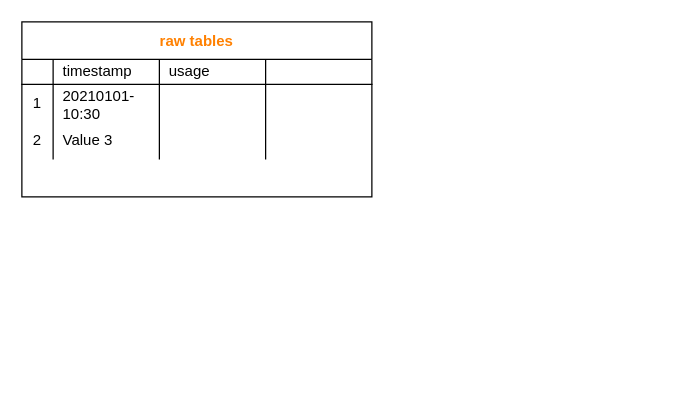
DannyDannyDanny/methodology keeps this draw.io diagram as page "Table Examples" (4 of 4) of diagrams.drawio. Above is the earlier version. Source tidied: cells renumbered, new cells numbered last; positions are measured from the earlier drawing's top-left corner, leaving out a move shared by most shapes. Both pictures are drawn from the tidied source at 125%, with x=0, y=0 at pixel (21, 21).
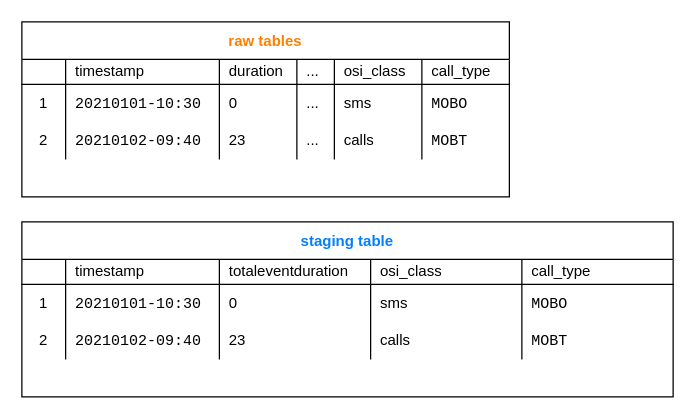
Above is the later version.

Diff of the diagram source:
```diff
@@
     <mxCell id="2" value="raw tables" style="shape=table;startSize=30;childLayout=tableLayout;rowLines=0;fontStyle=1;align=center;shadow=0;strokeWidth=1;fillColor=none;gradientColor=none;fontColor=#FF8000;" parent="1" vertex="1">
-      <mxGeometry width="280" height="140" as="geometry" />
+      <mxGeometry width="390" height="140" as="geometry" />
     </mxCell>
     <mxCell id="3" style="shape=partialRectangle;html=1;whiteSpace=wrap;fillColor=none;top=0;left=0;bottom=1;right=0;" parent="2" vertex="1">
-      <mxGeometry y="30" width="280" height="20" as="geometry" />
+      <mxGeometry y="30" width="390" height="20" as="geometry" />
     </mxCell>
     <mxCell id="4" style="shape=partialRectangle;html=1;whiteSpace=wrap;fillColor=none;top=0;left=0;bottom=0;right=0;overflow=hidden;" parent="3" vertex="1">
-      <mxGeometry width="25" height="20" as="geometry" />
+      <mxGeometry width="35" height="20" as="geometry" />
     </mxCell>
     <mxCell id="5" value="timestamp" style="shape=partialRectangle;html=1;whiteSpace=wrap;fillColor=none;top=0;left=0;bottom=0;right=0;align=left;spacingLeft=6;overflow=hidden;" parent="3" vertex="1">
-      <mxGeometry x="25" width="85" height="20" as="geometry" />
+      <mxGeometry x="35" width="123" height="20" as="geometry" />
     </mxCell>
-    <mxCell id="6" value="usage" style="shape=partialRectangle;html=1;whiteSpace=wrap;fillColor=none;top=0;left=0;bottom=0;right=0;align=left;spacingLeft=6;overflow=hidden;" parent="3" vertex="1">
-      <mxGeometry x="110" width="85" height="20" as="geometry" />
+    <mxCell id="6" value="duration" style="shape=partialRectangle;html=1;whiteSpace=wrap;fillColor=none;top=0;left=0;bottom=0;right=0;align=left;spacingLeft=6;overflow=hidden;" parent="3" vertex="1">
+      <mxGeometry x="158" width="62" height="20" as="geometry" />
     </mxCell>
+    <mxCell id="18" value="..." style="shape=partialRectangle;html=1;whiteSpace=wrap;fillColor=none;top=0;left=0;bottom=0;right=0;align=left;spacingLeft=6;overflow=hidden;" parent="3" vertex="1">
+      <mxGeometry x="220" width="30" height="20" as="geometry" />
+    </mxCell>
-    <mxCell id="7" style="shape=partialRectangle;html=1;whiteSpace=wrap;fillColor=none;top=0;left=0;bottom=0;right=0;align=left;spacingLeft=6;overflow=hidden;" parent="3" vertex="1">
-      <mxGeometry x="195" width="85" height="20" as="geometry" />
+    <mxCell id="7" value="osi_class" style="shape=partialRectangle;html=1;whiteSpace=wrap;fillColor=none;top=0;left=0;bottom=0;right=0;align=left;spacingLeft=6;overflow=hidden;" parent="3" vertex="1">
+      <mxGeometry x="250" width="70" height="20" as="geometry" />
     </mxCell>
+    <mxCell id="19" value="call_type" style="shape=partialRectangle;html=1;whiteSpace=wrap;fillColor=none;top=0;left=0;bottom=0;right=0;align=left;spacingLeft=6;overflow=hidden;" parent="3" vertex="1">
+      <mxGeometry x="320" width="70" height="20" as="geometry" />
+    </mxCell>
     <mxCell id="8" style="shape=partialRectangle;html=1;whiteSpace=wrap;fillColor=none;top=0;left=0;bottom=0;right=0;" parent="2" vertex="1">
-      <mxGeometry y="50" width="280" height="30" as="geometry" />
+      <mxGeometry y="50" width="390" height="30" as="geometry" />
     </mxCell>
     <mxCell id="9" value="1" style="shape=partialRectangle;html=1;whiteSpace=wrap;fillColor=none;top=0;left=0;bottom=0;right=0;overflow=hidden;" parent="8" vertex="1">
-      <mxGeometry width="25" height="30" as="geometry" />
+      <mxGeometry width="35" height="30" as="geometry" />
     </mxCell>
-    <mxCell id="10" value="20210101-10:30" style="shape=partialRectangle;html=1;whiteSpace=wrap;fillColor=none;top=0;left=0;bottom=0;right=0;align=left;spacingLeft=6;overflow=hidden;" parent="8" vertex="1">
-      <mxGeometry x="25" width="85" height="30" as="geometry" />
+    <mxCell id="10" value="&lt;font face=&quot;Courier New&quot;&gt;20210101-10:30&lt;/font&gt;" style="shape=partialRectangle;html=1;whiteSpace=wrap;fillColor=none;top=0;left=0;bottom=0;right=0;align=left;spacingLeft=6;overflow=hidden;" parent="8" vertex="1">
+      <mxGeometry x="35" width="123" height="30" as="geometry" />
     </mxCell>
-    <mxCell id="11" style="shape=partialRectangle;html=1;whiteSpace=wrap;fillColor=none;top=0;left=0;bottom=0;right=0;align=left;spacingLeft=6;overflow=hidden;" parent="8" vertex="1">
-      <mxGeometry x="110" width="85" height="30" as="geometry" />
+    <mxCell id="11" value="0" style="shape=partialRectangle;html=1;whiteSpace=wrap;fillColor=none;top=0;left=0;bottom=0;right=0;align=left;spacingLeft=6;overflow=hidden;" parent="8" vertex="1">
+      <mxGeometry x="158" width="62" height="30" as="geometry" />
     </mxCell>
+    <mxCell id="20" value="..." style="shape=partialRectangle;html=1;whiteSpace=wrap;fillColor=none;top=0;left=0;bottom=0;right=0;align=left;spacingLeft=6;overflow=hidden;" parent="8" vertex="1">
+      <mxGeometry x="220" width="30" height="30" as="geometry" />
+    </mxCell>
-    <mxCell id="12" style="shape=partialRectangle;html=1;whiteSpace=wrap;fillColor=none;top=0;left=0;bottom=0;right=0;align=left;spacingLeft=6;overflow=hidden;" parent="8" vertex="1">
-      <mxGeometry x="195" width="85" height="30" as="geometry" />
+    <mxCell id="12" value="sms" style="shape=partialRectangle;html=1;whiteSpace=wrap;fillColor=none;top=0;left=0;bottom=0;right=0;align=left;spacingLeft=6;overflow=hidden;" parent="8" vertex="1">
+      <mxGeometry x="250" width="70" height="30" as="geometry" />
     </mxCell>
+    <mxCell id="21" value="&lt;font face=&quot;Courier New&quot;&gt;MOBO&lt;/font&gt;" style="shape=partialRectangle;html=1;whiteSpace=wrap;fillColor=none;top=0;left=0;bottom=0;right=0;align=left;spacingLeft=6;overflow=hidden;" parent="8" vertex="1">
+      <mxGeometry x="320" width="70" height="30" as="geometry" />
+    </mxCell>
     <mxCell id="13" style="shape=partialRectangle;html=1;whiteSpace=wrap;fillColor=none;top=0;left=0;bottom=0;right=0;" parent="2" vertex="1">
-      <mxGeometry y="80" width="280" height="30" as="geometry" />
+      <mxGeometry y="80" width="390" height="30" as="geometry" />
     </mxCell>
     <mxCell id="14" value="2" style="shape=partialRectangle;html=1;whiteSpace=wrap;fillColor=none;top=0;left=0;bottom=0;right=0;overflow=hidden;" parent="13" vertex="1">
-      <mxGeometry width="25" height="30" as="geometry" />
+      <mxGeometry width="35" height="30" as="geometry" />
     </mxCell>
-    <mxCell id="15" value="Value 3" style="shape=partialRectangle;html=1;whiteSpace=wrap;fillColor=none;top=0;left=0;bottom=0;right=0;align=left;spacingLeft=6;overflow=hidden;" parent="13" vertex="1">
-      <mxGeometry x="25" width="85" height="30" as="geometry" />
+    <mxCell id="15" value="&lt;font face=&quot;Courier New&quot;&gt;20210102-09:40&lt;/font&gt;" style="shape=partialRectangle;html=1;whiteSpace=wrap;fillColor=none;top=0;left=0;bottom=0;right=0;align=left;spacingLeft=6;overflow=hidden;" parent="13" vertex="1">
+      <mxGeometry x="35" width="123" height="30" as="geometry" />
     </mxCell>
-    <mxCell id="16" style="shape=partialRectangle;html=1;whiteSpace=wrap;fillColor=none;top=0;left=0;bottom=0;right=0;align=left;spacingLeft=6;overflow=hidden;" parent="13" vertex="1">
-      <mxGeometry x="110" width="85" height="30" as="geometry" />
+    <mxCell id="16" value="23" style="shape=partialRectangle;html=1;whiteSpace=wrap;fillColor=none;top=0;left=0;bottom=0;right=0;align=left;spacingLeft=6;overflow=hidden;" parent="13" vertex="1">
+      <mxGeometry x="158" width="62" height="30" as="geometry" />
     </mxCell>
+    <mxCell id="22" value="..." style="shape=partialRectangle;html=1;whiteSpace=wrap;fillColor=none;top=0;left=0;bottom=0;right=0;align=left;spacingLeft=6;overflow=hidden;" parent="13" vertex="1">
+      <mxGeometry x="220" width="30" height="30" as="geometry" />
+    </mxCell>
-    <mxCell id="17" style="shape=partialRectangle;html=1;whiteSpace=wrap;fillColor=none;top=0;left=0;bottom=0;right=0;align=left;spacingLeft=6;overflow=hidden;" parent="13" vertex="1">
-      <mxGeometry x="195" width="85" height="30" as="geometry" />
+    <mxCell id="17" value="calls" style="shape=partialRectangle;html=1;whiteSpace=wrap;fillColor=none;top=0;left=0;bottom=0;right=0;align=left;spacingLeft=6;overflow=hidden;" parent="13" vertex="1">
+      <mxGeometry x="250" width="70" height="30" as="geometry" />
     </mxCell>
+    <mxCell id="23" value="&lt;font face=&quot;Courier New&quot;&gt;MOBT&lt;/font&gt;" style="shape=partialRectangle;html=1;whiteSpace=wrap;fillColor=none;top=0;left=0;bottom=0;right=0;align=left;spacingLeft=6;overflow=hidden;" parent="13" vertex="1">
+      <mxGeometry x="320" width="70" height="30" as="geometry" />
+    </mxCell>
+    <mxCell id="24" value="staging table" style="shape=table;startSize=30;childLayout=tableLayout;rowLines=0;fontStyle=1;align=center;shadow=0;strokeWidth=1;fillColor=none;gradientColor=none;fontColor=#007FFF;" parent="1" vertex="1">
+      <mxGeometry y="160" width="521" height="140" as="geometry" />
+    </mxCell>
+    <mxCell id="25" style="shape=partialRectangle;html=1;whiteSpace=wrap;fillColor=none;top=0;left=0;bottom=1;right=0;" parent="24" vertex="1">
+      <mxGeometry y="30" width="521" height="20" as="geometry" />
+    </mxCell>
+    <mxCell id="26" style="shape=partialRectangle;html=1;whiteSpace=wrap;fillColor=none;top=0;left=0;bottom=0;right=0;overflow=hidden;" parent="25" vertex="1">
+      <mxGeometry width="35" height="20" as="geometry" />
+    </mxCell>
+    <mxCell id="27" value="timestamp" style="shape=partialRectangle;html=1;whiteSpace=wrap;fillColor=none;top=0;left=0;bottom=0;right=0;align=left;spacingLeft=6;overflow=hidden;" parent="25" vertex="1">
+      <mxGeometry x="35" width="123" height="20" as="geometry" />
+    </mxCell>
+    <mxCell id="28" value="totaleventduration" style="shape=partialRectangle;html=1;whiteSpace=wrap;fillColor=none;top=0;left=0;bottom=0;right=0;align=left;spacingLeft=6;overflow=hidden;" parent="25" vertex="1">
+      <mxGeometry x="158" width="121" height="20" as="geometry" />
+    </mxCell>
+    <mxCell id="29" value="osi_class" style="shape=partialRectangle;html=1;whiteSpace=wrap;fillColor=none;top=0;left=0;bottom=0;right=0;align=left;spacingLeft=6;overflow=hidden;" parent="25" vertex="1">
+      <mxGeometry x="279" width="121" height="20" as="geometry" />
+    </mxCell>
+    <mxCell id="30" value="call_type" style="shape=partialRectangle;html=1;whiteSpace=wrap;fillColor=none;top=0;left=0;bottom=0;right=0;align=left;spacingLeft=6;overflow=hidden;" parent="25" vertex="1">
+      <mxGeometry x="400" width="121" height="20" as="geometry" />
+    </mxCell>
+    <mxCell id="31" style="shape=partialRectangle;html=1;whiteSpace=wrap;fillColor=none;top=0;left=0;bottom=0;right=0;" parent="24" vertex="1">
+      <mxGeometry y="50" width="521" height="30" as="geometry" />
+    </mxCell>
+    <mxCell id="32" value="1" style="shape=partialRectangle;html=1;whiteSpace=wrap;fillColor=none;top=0;left=0;bottom=0;right=0;overflow=hidden;" parent="31" vertex="1">
+      <mxGeometry width="35" height="30" as="geometry" />
+    </mxCell>
+    <mxCell id="33" value="&lt;font face=&quot;Courier New&quot;&gt;20210101-10:30&lt;/font&gt;" style="shape=partialRectangle;html=1;whiteSpace=wrap;fillColor=none;top=0;left=0;bottom=0;right=0;align=left;spacingLeft=6;overflow=hidden;" parent="31" vertex="1">
+      <mxGeometry x="35" width="123" height="30" as="geometry" />
+    </mxCell>
+    <mxCell id="34" value="0" style="shape=partialRectangle;html=1;whiteSpace=wrap;fillColor=none;top=0;left=0;bottom=0;right=0;align=left;spacingLeft=6;overflow=hidden;" parent="31" vertex="1">
+      <mxGeometry x="158" width="121" height="30" as="geometry" />
+    </mxCell>
+    <mxCell id="35" value="sms" style="shape=partialRectangle;html=1;whiteSpace=wrap;fillColor=none;top=0;left=0;bottom=0;right=0;align=left;spacingLeft=6;overflow=hidden;" parent="31" vertex="1">
+      <mxGeometry x="279" width="121" height="30" as="geometry" />
+    </mxCell>
+    <mxCell id="36" value="&lt;font face=&quot;Courier New&quot;&gt;MOBO&lt;/font&gt;" style="shape=partialRectangle;html=1;whiteSpace=wrap;fillColor=none;top=0;left=0;bottom=0;right=0;align=left;spacingLeft=6;overflow=hidden;" parent="31" vertex="1">
+      <mxGeometry x="400" width="121" height="30" as="geometry" />
+    </mxCell>
+    <mxCell id="37" style="shape=partialRectangle;html=1;whiteSpace=wrap;fillColor=none;top=0;left=0;bottom=0;right=0;" parent="24" vertex="1">
+      <mxGeometry y="80" width="521" height="30" as="geometry" />
+    </mxCell>
+    <mxCell id="38" value="2" style="shape=partialRectangle;html=1;whiteSpace=wrap;fillColor=none;top=0;left=0;bottom=0;right=0;overflow=hidden;" parent="37" vertex="1">
+      <mxGeometry width="35" height="30" as="geometry" />
+    </mxCell>
+    <mxCell id="39" value="&lt;font face=&quot;Courier New&quot;&gt;20210102-09:40&lt;/font&gt;" style="shape=partialRectangle;html=1;whiteSpace=wrap;fillColor=none;top=0;left=0;bottom=0;right=0;align=left;spacingLeft=6;overflow=hidden;" parent="37" vertex="1">
+      <mxGeometry x="35" width="123" height="30" as="geometry" />
+    </mxCell>
+    <mxCell id="40" value="23" style="shape=partialRectangle;html=1;whiteSpace=wrap;fillColor=none;top=0;left=0;bottom=0;right=0;align=left;spacingLeft=6;overflow=hidden;" parent="37" vertex="1">
+      <mxGeometry x="158" width="121" height="30" as="geometry" />
+    </mxCell>
+    <mxCell id="41" value="calls" style="shape=partialRectangle;html=1;whiteSpace=wrap;fillColor=none;top=0;left=0;bottom=0;right=0;align=left;spacingLeft=6;overflow=hidden;" parent="37" vertex="1">
+      <mxGeometry x="279" width="121" height="30" as="geometry" />
+    </mxCell>
+    <mxCell id="42" value="&lt;font face=&quot;Courier New&quot;&gt;MOBT&lt;/font&gt;" style="shape=partialRectangle;html=1;whiteSpace=wrap;fillColor=none;top=0;left=0;bottom=0;right=0;align=left;spacingLeft=6;overflow=hidden;" parent="37" vertex="1">
+      <mxGeometry x="400" width="121" height="30" as="geometry" />
+    </mxCell>
```
